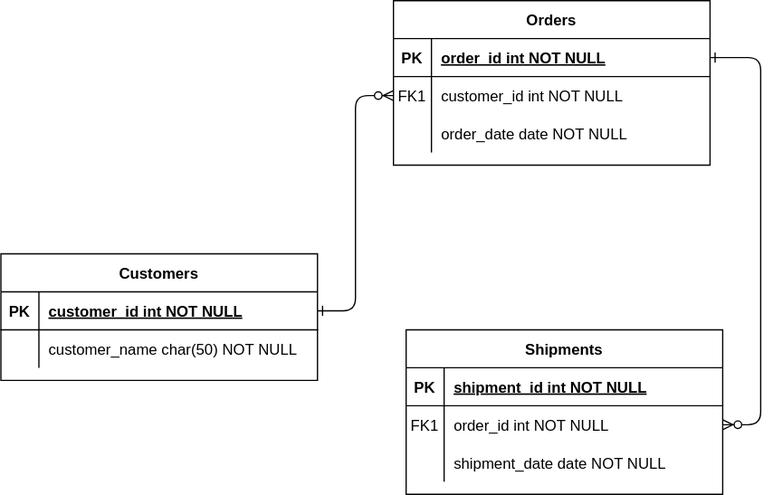
The draw.io diagram SEA TITANIC.drawio.svg in nico38t/SAE-1.04-TITANIC, before a commit. Source tidied: cells renumbered, new cells last; positions are measured from the earlier drawing's top-left corner, leaving out a move shared by most shapes.
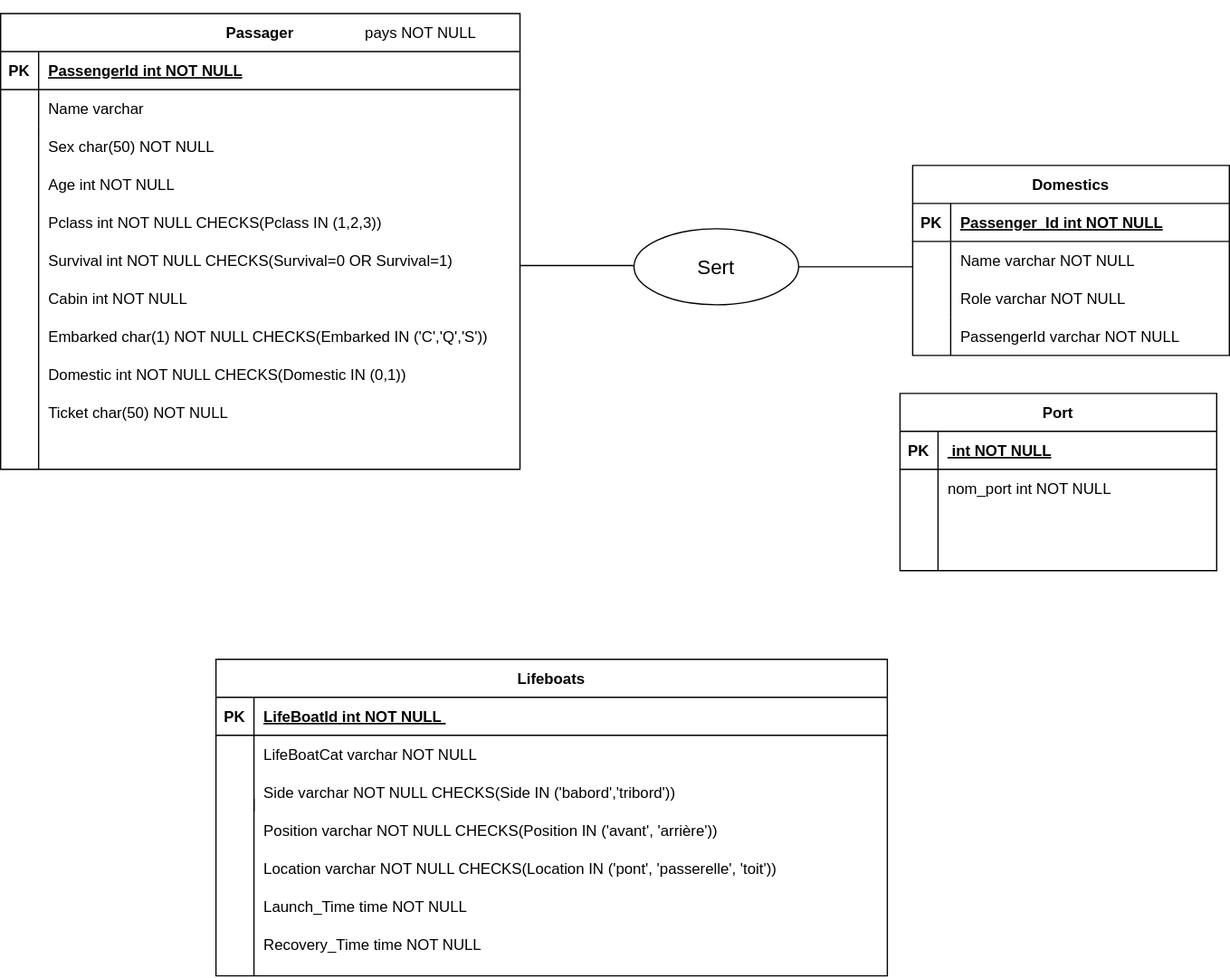
After the change.

The edit, as a diff of the source:
```diff
@@ -2,14 +2,8 @@
   <root>
     <mxCell id="0" />
     <mxCell id="1" parent="0" />
-    <mxCell id="2" style="edgeStyle=entityRelationEdgeStyle;endArrow=ERzeroToMany;startArrow=ERone;endFill=1;startFill=0;" parent="1" edge="1" source="25" target="8">
-      <mxGeometry relative="1" as="geometry" />
-    </mxCell>
-    <mxCell id="3" style="edgeStyle=entityRelationEdgeStyle;endArrow=ERzeroToMany;startArrow=ERone;endFill=1;startFill=0;" parent="1" edge="1" source="5" target="18">
-      <mxGeometry relative="1" as="geometry" />
-    </mxCell>
-    <mxCell id="4" value="Orders" style="shape=table;startSize=30;rowLines=0;fontStyle=1;align=center;" parent="1" vertex="1">
-      <mxGeometry x="310" width="250" height="130" as="geometry" />
+    <mxCell id="4" value="Port" style="shape=table;startSize=30;rowLines=0;fontStyle=1;align=center;" parent="1" vertex="1">
+      <mxGeometry x="770" y="390" width="250" height="140" as="geometry" />
     </mxCell>
     <mxCell id="5" style="shape=partialRectangle;fillColor=none;points=[[0,0.5],[1,0.5]];portConstraint=eastwest;top=0;left=0;right=0;bottom=1;" parent="4" vertex="1">
       <mxGeometry y="30" width="250" height="30" as="geometry" />
@@ -17,29 +11,29 @@
     <mxCell id="6" value="PK" style="shape=partialRectangle;overflow=hidden;fillColor=none;top=0;left=0;bottom=0;right=0;fontStyle=1;" parent="5" vertex="1">
       <mxGeometry width="30" height="30" as="geometry" />
     </mxCell>
-    <mxCell id="7" value="order_id int NOT NULL " style="shape=partialRectangle;overflow=hidden;fillColor=none;top=0;left=0;bottom=0;right=0;align=left;spacingLeft=6;fontStyle=5;" parent="5" vertex="1">
+    <mxCell id="7" value=" int NOT NULL " style="shape=partialRectangle;overflow=hidden;fillColor=none;top=0;left=0;bottom=0;right=0;align=left;spacingLeft=6;fontStyle=5;" parent="5" vertex="1">
       <mxGeometry x="30" width="220" height="30" as="geometry" />
     </mxCell>
     <mxCell id="8" style="shape=partialRectangle;fillColor=none;points=[[0,0.5],[1,0.5]];portConstraint=eastwest;top=0;left=0;right=0;bottom=0;" parent="4" vertex="1">
       <mxGeometry y="60" width="250" height="30" as="geometry" />
     </mxCell>
-    <mxCell id="9" value="FK1" style="shape=partialRectangle;overflow=hidden;fillColor=none;top=0;left=0;bottom=0;right=0;" parent="8" vertex="1">
+    <mxCell id="9" style="shape=partialRectangle;overflow=hidden;fillColor=none;top=0;left=0;bottom=0;right=0;" parent="8" vertex="1">
       <mxGeometry width="30" height="30" as="geometry" />
     </mxCell>
-    <mxCell id="10" value="customer_id int NOT NULL" style="shape=partialRectangle;overflow=hidden;fillColor=none;top=0;left=0;bottom=0;right=0;align=left;spacingLeft=6;" parent="8" vertex="1">
+    <mxCell id="10" value="nom_port int NOT NULL" style="shape=partialRectangle;overflow=hidden;fillColor=none;top=0;left=0;bottom=0;right=0;align=left;spacingLeft=6;" parent="8" vertex="1">
       <mxGeometry x="30" width="220" height="30" as="geometry" />
     </mxCell>
     <mxCell id="11" style="shape=partialRectangle;fillColor=none;top=0;left=0;right=0;bottom=0;" parent="4" vertex="1">
-      <mxGeometry y="90" width="250" height="30" as="geometry" />
+      <mxGeometry y="90" width="250" height="50" as="geometry" />
     </mxCell>
     <mxCell id="12" style="shape=partialRectangle;overflow=hidden;fillColor=none;top=0;left=0;bottom=0;right=0;" parent="11" vertex="1">
-      <mxGeometry width="30" height="30" as="geometry" />
+      <mxGeometry width="30" height="50" as="geometry" />
     </mxCell>
-    <mxCell id="13" value="order_date date NOT NULL" style="shape=partialRectangle;overflow=hidden;fillColor=none;top=0;left=0;bottom=0;right=0;align=left;spacingLeft=6;" parent="11" vertex="1">
-      <mxGeometry x="30" width="220" height="30" as="geometry" />
+    <mxCell id="13" style="shape=partialRectangle;overflow=hidden;fillColor=none;top=0;left=0;bottom=0;right=0;align=left;spacingLeft=6;" parent="11" vertex="1">
+      <mxGeometry x="30" width="220" height="50" as="geometry" />
     </mxCell>
-    <mxCell id="14" value="Shipments" style="shape=table;startSize=30;rowLines=0;fontStyle=1;align=center;" parent="1" vertex="1">
-      <mxGeometry x="320" y="260" width="250" height="130" as="geometry" />
+    <mxCell id="14" value="Domestics" style="shape=table;startSize=30;rowLines=0;fontStyle=1;align=center;" parent="1" vertex="1">
+      <mxGeometry x="780" y="210" width="250" height="150" as="geometry" />
     </mxCell>
     <mxCell id="15" style="shape=partialRectangle;fillColor=none;top=0;left=0;right=0;bottom=1;" parent="14" vertex="1">
       <mxGeometry y="30" width="250" height="30" as="geometry" />
@@ -47,16 +41,16 @@
     <mxCell id="16" value="PK" style="shape=partialRectangle;overflow=hidden;fillColor=none;top=0;left=0;bottom=0;right=0;fontStyle=1;" parent="15" vertex="1">
       <mxGeometry width="30" height="30" as="geometry" />
     </mxCell>
-    <mxCell id="17" value="shipment_id int NOT NULL " style="shape=partialRectangle;overflow=hidden;fillColor=none;top=0;left=0;bottom=0;right=0;align=left;spacingLeft=6;fontStyle=5;" parent="15" vertex="1">
+    <mxCell id="17" value="Passenger_Id int NOT NULL " style="shape=partialRectangle;overflow=hidden;fillColor=none;top=0;left=0;bottom=0;right=0;align=left;spacingLeft=6;fontStyle=5;" parent="15" vertex="1">
       <mxGeometry x="30" width="220" height="30" as="geometry" />
     </mxCell>
     <mxCell id="18" style="shape=partialRectangle;fillColor=none;points=[[0,0.5],[1,0.5]];portConstraint=eastwest;top=0;left=0;right=0;bottom=0;" parent="14" vertex="1">
       <mxGeometry y="60" width="250" height="30" as="geometry" />
     </mxCell>
-    <mxCell id="19" value="FK1" style="shape=partialRectangle;overflow=hidden;fillColor=none;top=0;left=0;bottom=0;right=0;" parent="18" vertex="1">
+    <mxCell id="19" style="shape=partialRectangle;overflow=hidden;fillColor=none;top=0;left=0;bottom=0;right=0;" parent="18" vertex="1">
       <mxGeometry width="30" height="30" as="geometry" />
     </mxCell>
-    <mxCell id="20" value="order_id int NOT NULL" style="shape=partialRectangle;overflow=hidden;fillColor=none;top=0;left=0;bottom=0;right=0;align=left;spacingLeft=6;" parent="18" vertex="1">
+    <mxCell id="20" value="Name varchar NOT NULL" style="shape=partialRectangle;overflow=hidden;fillColor=none;top=0;left=0;bottom=0;right=0;align=left;spacingLeft=6;" parent="18" vertex="1">
       <mxGeometry x="30" width="220" height="30" as="geometry" />
     </mxCell>
     <mxCell id="21" style="shape=partialRectangle;fillColor=none;top=0;left=0;right=0;bottom=0;" parent="14" vertex="1">
@@ -65,29 +59,134 @@
     <mxCell id="22" style="shape=partialRectangle;overflow=hidden;fillColor=none;top=0;left=0;bottom=0;right=0;" parent="21" vertex="1">
       <mxGeometry width="30" height="30" as="geometry" />
     </mxCell>
-    <mxCell id="23" value="shipment_date date NOT NULL" style="shape=partialRectangle;overflow=hidden;fillColor=none;top=0;left=0;bottom=0;right=0;align=left;spacingLeft=6;" parent="21" vertex="1">
+    <mxCell id="23" value="Role varchar NOT NULL" style="shape=partialRectangle;overflow=hidden;fillColor=none;top=0;left=0;bottom=0;right=0;align=left;spacingLeft=6;" parent="21" vertex="1">
       <mxGeometry x="30" width="220" height="30" as="geometry" />
     </mxCell>
-    <mxCell id="24" value="Customers" style="shape=table;startSize=30;rowLines=0;fontStyle=1;align=center;" parent="1" vertex="1">
-      <mxGeometry y="200" width="250" height="100" as="geometry" />
+    <mxCell id="24" value="Passager" style="shape=table;startSize=30;rowLines=0;fontStyle=1;align=center;" parent="1" vertex="1">
+      <mxGeometry x="60" y="90" width="410" height="360" as="geometry" />
     </mxCell>
     <mxCell id="25" style="shape=partialRectangle;fillColor=none;points=[[0,0.5],[1,0.5]];portConstraint=eastwest;top=0;left=0;right=0;bottom=1;" parent="24" vertex="1">
-      <mxGeometry y="30" width="250" height="30" as="geometry" />
+      <mxGeometry y="30" width="410" height="30" as="geometry" />
     </mxCell>
     <mxCell id="26" value="PK" style="shape=partialRectangle;overflow=hidden;fillColor=none;top=0;left=0;bottom=0;right=0;fontStyle=1;" parent="25" vertex="1">
       <mxGeometry width="30" height="30" as="geometry" />
     </mxCell>
-    <mxCell id="27" value="customer_id int NOT NULL " style="shape=partialRectangle;overflow=hidden;fillColor=none;top=0;left=0;bottom=0;right=0;align=left;spacingLeft=6;fontStyle=5;" parent="25" vertex="1">
-      <mxGeometry x="30" width="220" height="30" as="geometry" />
+    <mxCell id="27" value="PassengerId int NOT NULL " style="shape=partialRectangle;overflow=hidden;fillColor=none;top=0;left=0;bottom=0;right=0;align=left;spacingLeft=6;fontStyle=5;" parent="25" vertex="1">
+      <mxGeometry x="30" width="380" height="30" as="geometry" />
     </mxCell>
     <mxCell id="28" style="shape=partialRectangle;fillColor=none;top=0;left=0;right=0;bottom=0;" parent="24" vertex="1">
-      <mxGeometry y="60" width="250" height="30" as="geometry" />
+      <mxGeometry y="60" width="410" height="30" as="geometry" />
     </mxCell>
     <mxCell id="29" style="shape=partialRectangle;overflow=hidden;fillColor=none;top=0;left=0;bottom=0;right=0;" parent="28" vertex="1">
       <mxGeometry width="30" height="30" as="geometry" />
     </mxCell>
-    <mxCell id="30" value="customer_name char(50) NOT NULL" style="shape=partialRectangle;overflow=hidden;fillColor=none;top=0;left=0;bottom=0;right=0;align=left;spacingLeft=6;" parent="28" vertex="1">
-      <mxGeometry x="30" width="220" height="30" as="geometry" />
+    <mxCell id="30" value="Name varchar" style="shape=partialRectangle;overflow=hidden;fillColor=none;top=0;left=0;bottom=0;right=0;align=left;spacingLeft=6;" parent="28" vertex="1">
+      <mxGeometry x="30" width="380" height="30" as="geometry" />
     </mxCell>
+    <mxCell id="31" value="pays NOT NULL" style="shape=partialRectangle;overflow=hidden;fillColor=none;top=0;left=0;bottom=0;right=0;align=left;spacingLeft=6;" parent="1" vertex="1">
+      <mxGeometry x="340" y="80" width="220" height="50" as="geometry" />
+    </mxCell>
+    <mxCell id="32" value="Age int NOT NULL" style="shape=partialRectangle;overflow=hidden;fillColor=none;top=0;left=0;bottom=0;right=0;align=left;spacingLeft=6;" parent="1" vertex="1">
+      <mxGeometry x="90" y="200" width="220" height="50" as="geometry" />
+    </mxCell>
+    <mxCell id="33" value="Sex char(50) NOT NULL" style="shape=partialRectangle;overflow=hidden;fillColor=none;top=0;left=0;bottom=0;right=0;align=left;spacingLeft=6;" parent="1" vertex="1">
+      <mxGeometry x="90" y="180" width="220" height="30" as="geometry" />
+    </mxCell>
+    <mxCell id="34" value="Pclass int NOT NULL CHECKS(Pclass IN (1,2,3))" style="shape=partialRectangle;overflow=hidden;fillColor=none;top=0;left=0;bottom=0;right=0;align=left;spacingLeft=6;" parent="1" vertex="1">
+      <mxGeometry x="90" y="240" width="310" height="30" as="geometry" />
+    </mxCell>
+    <mxCell id="35" value="Survival int NOT NULL CHECKS(Survival=0 OR Survival=1)" style="shape=partialRectangle;overflow=hidden;fillColor=none;top=0;left=0;bottom=0;right=0;align=left;spacingLeft=6;" parent="1" vertex="1">
+      <mxGeometry x="90" y="270" width="350" height="30" as="geometry" />
+    </mxCell>
+    <mxCell id="36" style="endArrow=none;html=1;rounded=0;" parent="1" edge="1">
+      <mxGeometry relative="1" as="geometry">
+        <mxPoint x="90" y="450" as="sourcePoint" />
+        <mxPoint x="90" y="180" as="targetPoint" />
+      </mxGeometry>
+    </mxCell>
+    <mxCell id="37" value="Cabin int NOT NULL" style="shape=partialRectangle;overflow=hidden;fillColor=none;top=0;left=0;bottom=0;right=0;align=left;spacingLeft=6;" parent="1" vertex="1">
+      <mxGeometry x="90" y="290" width="220" height="50" as="geometry" />
+    </mxCell>
+    <mxCell id="38" value="Embarked char(1) NOT NULL CHECKS(Embarked IN ('C','Q','S'))" style="shape=partialRectangle;overflow=hidden;fillColor=none;top=0;left=0;bottom=0;right=0;align=left;spacingLeft=6;" parent="1" vertex="1">
+      <mxGeometry x="90" y="320" width="390" height="50" as="geometry" />
+    </mxCell>
+    <mxCell id="39" value="Domestic int NOT NULL CHECKS(Domestic IN (0,1))" style="shape=partialRectangle;overflow=hidden;fillColor=none;top=0;left=0;bottom=0;right=0;align=left;spacingLeft=6;" parent="1" vertex="1">
+      <mxGeometry x="90" y="350" width="350" height="50" as="geometry" />
+    </mxCell>
+    <mxCell id="40" value="Lifeboats" style="shape=table;startSize=30;rowLines=0;fontStyle=1;align=center;" parent="1" vertex="1">
+      <mxGeometry x="230" y="600" width="530" height="250" as="geometry" />
+    </mxCell>
+    <mxCell id="41" style="shape=partialRectangle;fillColor=none;top=0;left=0;right=0;bottom=1;" parent="40" vertex="1">
+      <mxGeometry y="30" width="530" height="30" as="geometry" />
+    </mxCell>
+    <mxCell id="42" value="PK" style="shape=partialRectangle;overflow=hidden;fillColor=none;top=0;left=0;bottom=0;right=0;fontStyle=1;" parent="41" vertex="1">
+      <mxGeometry width="30" height="30" as="geometry" />
+    </mxCell>
+    <mxCell id="43" value="LifeBoatId int NOT NULL  " style="shape=partialRectangle;overflow=hidden;fillColor=none;top=0;left=0;bottom=0;right=0;align=left;spacingLeft=6;fontStyle=5;" parent="41" vertex="1">
+      <mxGeometry x="30" width="500" height="30" as="geometry" />
+    </mxCell>
+    <mxCell id="44" style="shape=partialRectangle;fillColor=none;top=0;left=0;right=0;bottom=0;" parent="40" vertex="1">
+      <mxGeometry y="60" width="530" height="30" as="geometry" />
+    </mxCell>
+    <mxCell id="45" style="shape=partialRectangle;overflow=hidden;fillColor=none;top=0;left=0;bottom=0;right=0;" parent="44" vertex="1">
+      <mxGeometry width="30" height="30" as="geometry" />
+    </mxCell>
+    <mxCell id="46" value="LifeBoatCat varchar NOT NULL" style="shape=partialRectangle;overflow=hidden;fillColor=none;top=0;left=0;bottom=0;right=0;align=left;spacingLeft=6;" parent="44" vertex="1">
+      <mxGeometry x="30" width="500" height="30" as="geometry" />
+    </mxCell>
+    <mxCell id="47" style="shape=partialRectangle;fillColor=none;top=0;left=0;right=0;bottom=0;" parent="40" vertex="1">
+      <mxGeometry y="90" width="530" height="30" as="geometry" />
+    </mxCell>
+    <mxCell id="48" style="shape=partialRectangle;overflow=hidden;fillColor=none;top=0;left=0;bottom=0;right=0;" parent="47" vertex="1">
+      <mxGeometry width="30" height="30" as="geometry" />
+    </mxCell>
+    <mxCell id="49" value="Side varchar NOT NULL CHECKS(Side IN ('babord','tribord'))" style="shape=partialRectangle;overflow=hidden;fillColor=none;top=0;left=0;bottom=0;right=0;align=left;spacingLeft=6;" parent="47" vertex="1">
+      <mxGeometry x="30" width="500" height="30" as="geometry" />
+    </mxCell>
+    <mxCell id="50" value="Position varchar NOT NULL CHECKS(Position IN ('avant', 'arrière'))" style="shape=partialRectangle;overflow=hidden;fillColor=none;top=0;left=0;bottom=0;right=0;align=left;spacingLeft=6;" parent="1" vertex="1">
+      <mxGeometry x="260" y="720" width="400" height="30" as="geometry" />
+    </mxCell>
+    <mxCell id="51" value="Location varchar NOT NULL CHECKS(Location IN ('pont', 'passerelle', 'toit'))" style="shape=partialRectangle;overflow=hidden;fillColor=none;top=0;left=0;bottom=0;right=0;align=left;spacingLeft=6;" parent="1" vertex="1">
+      <mxGeometry x="260" y="750" width="450" height="30" as="geometry" />
+    </mxCell>
+    <mxCell id="52" value="Launch_Time time NOT NULL" style="shape=partialRectangle;overflow=hidden;fillColor=none;top=0;left=0;bottom=0;right=0;align=left;spacingLeft=6;" parent="1" vertex="1">
+      <mxGeometry x="260" y="780" width="500" height="30" as="geometry" />
+    </mxCell>
+    <mxCell id="53" value="Recovery_Time time NOT NULL" style="shape=partialRectangle;overflow=hidden;fillColor=none;top=0;left=0;bottom=0;right=0;align=left;spacingLeft=6;" parent="1" vertex="1">
+      <mxGeometry x="260" y="810" width="500" height="30" as="geometry" />
+    </mxCell>
+    <mxCell id="54" style="endArrow=none;html=1;rounded=0;" parent="1" edge="1">
+      <mxGeometry relative="1" as="geometry">
+        <mxPoint x="260" y="850" as="sourcePoint" />
+        <mxPoint x="260" y="710" as="targetPoint" />
+      </mxGeometry>
+    </mxCell>
+    <mxCell id="55" value="PassengerId varchar NOT NULL" style="shape=partialRectangle;overflow=hidden;fillColor=none;top=0;left=0;bottom=0;right=0;align=left;spacingLeft=6;" parent="1" vertex="1">
+      <mxGeometry x="810" y="330" width="220" height="30" as="geometry" />
+    </mxCell>
+    <mxCell id="56" style="endArrow=none;html=1;rounded=0;" parent="1" edge="1">
+      <mxGeometry relative="1" as="geometry">
+        <mxPoint x="810" y="360" as="sourcePoint" />
+        <mxPoint x="810" y="330" as="targetPoint" />
+      </mxGeometry>
+    </mxCell>
+    <mxCell id="57" value="&lt;font style=&quot;font-size: 16px;&quot;&gt;Sert&lt;/font&gt;" style="ellipse;whiteSpace=wrap;html=1;align=center;" parent="1" vertex="1">
+      <mxGeometry x="560" y="260" width="130" height="60" as="geometry" />
+    </mxCell>
+    <mxCell id="58" style="endArrow=none;html=1;rounded=0;" parent="1" edge="1">
+      <mxGeometry relative="1" as="geometry">
+        <mxPoint x="690" y="290" as="sourcePoint" />
+        <mxPoint x="780" y="290" as="targetPoint" />
+      </mxGeometry>
+    </mxCell>
+    <mxCell id="59" style="endArrow=none;html=1;rounded=0;" parent="1" edge="1">
+      <mxGeometry relative="1" as="geometry">
+        <mxPoint x="470" y="289" as="sourcePoint" />
+        <mxPoint x="560" y="289" as="targetPoint" />
+      </mxGeometry>
+    </mxCell>
+    <mxCell id="60" value="Ticket char(50) NOT NULL" style="shape=partialRectangle;overflow=hidden;fillColor=none;top=0;left=0;bottom=0;right=0;align=left;spacingLeft=6;" parent="1" vertex="1">
+      <mxGeometry x="90" y="380" width="350" height="50" as="geometry" />
+    </mxCell>
   </root>
 </mxGraphModel>
```
